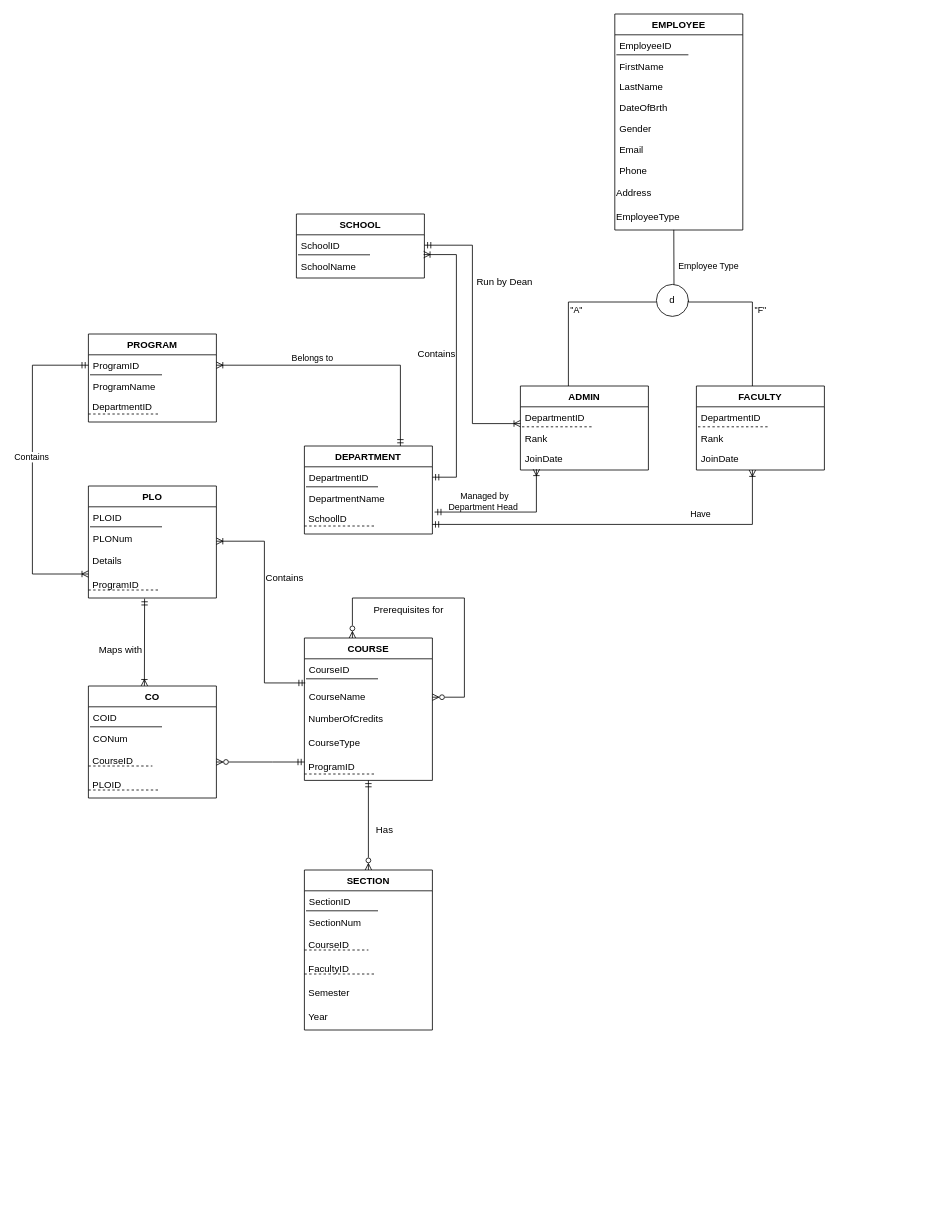
Before: Documentation/Untitled Diagram.drawio in injamam00155/CSE303-sec-04-Group-03, a draw.io diagram. Source tidied: cells renumbered, new cells numbered last; positions are measured from the earlier drawing's top-left corner, leaving out a move shared by most shapes. Both pictures are drawn from the tidied source at 80%, with x=0, y=0 at pixel (32, 14).
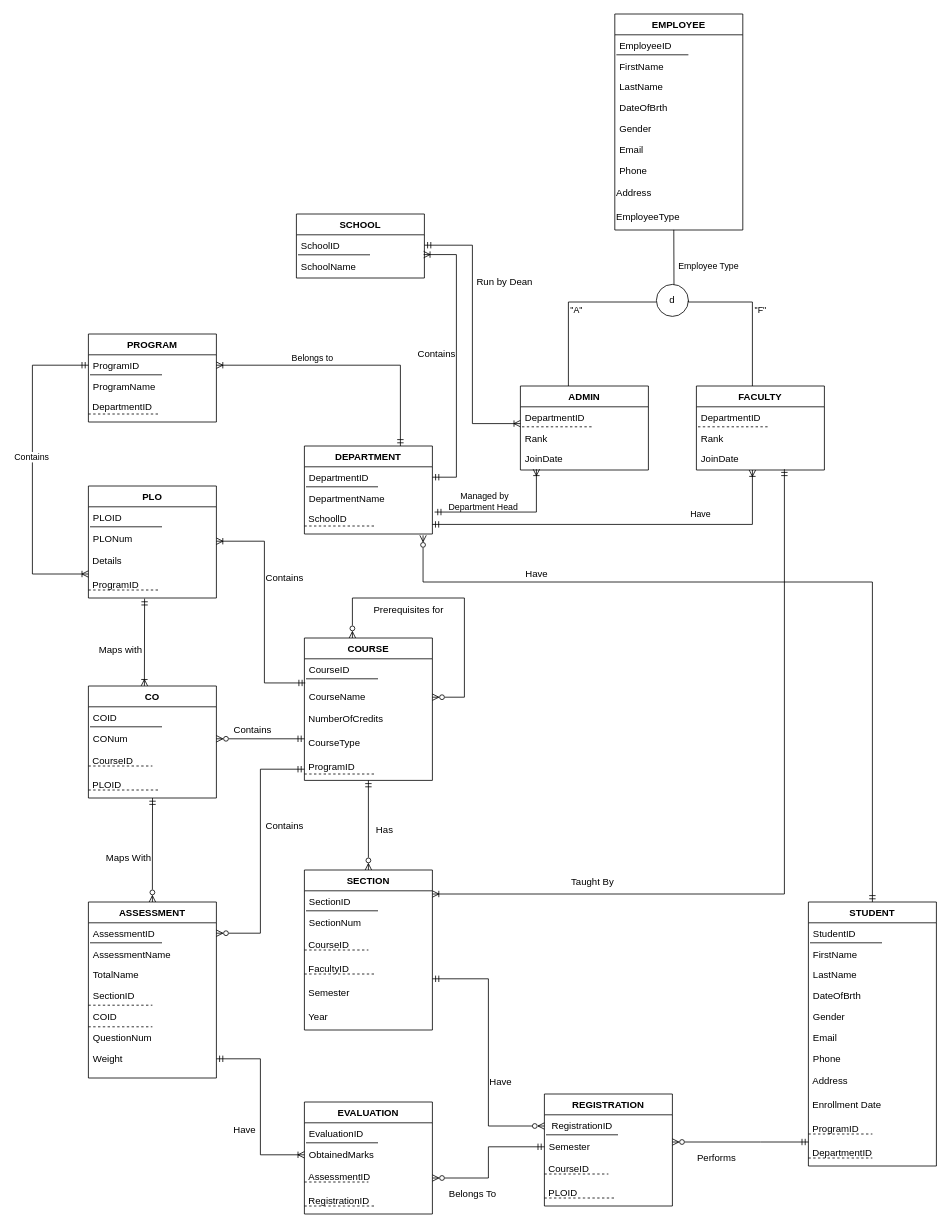
The same page after the edit.

Unchanged cells that the change refers to:
```xml
<mxCell id="25" value="JoinDate " style="text;align=left;verticalAlign=top;spacingLeft=4;spacingRight=4;overflow=hidden;points=[[0,0.5],[1,0.5]];portConstraint=eastwest;rounded=0;shadow=0;html=0;" parent="21" vertex="1">
  <mxGeometry y="78" width="160" height="26" as="geometry" />
</mxCell>
<mxCell id="37" value="&amp;nbsp;SchoollD" style="text;html=1;align=left;verticalAlign=top;points=[];strokeColor=none;fillColor=none;" parent="33" vertex="1">
  <mxGeometry y="78" width="160" height="30" as="geometry" />
</mxCell>
<mxCell id="68" value="CONum" style="text;align=left;verticalAlign=top;spacingLeft=4;spacingRight=4;overflow=hidden;points=[[0,0.5],[1,0.5]];portConstraint=eastwest;rounded=0;shadow=0;html=0;" parent="65" vertex="1">
  <mxGeometry y="52" width="160" height="28" as="geometry" />
</mxCell>
<mxCell id="69" value="&amp;nbsp;CourseID" style="text;html=1;align=left;verticalAlign=top;points=[];strokeColor=none;fillColor=none;" parent="65" vertex="1">
  <mxGeometry y="80" width="160" height="30" as="geometry" />
</mxCell>
<mxCell id="71" value="&amp;nbsp;PLOID" style="text;html=1;align=left;verticalAlign=top;points=[];strokeColor=none;fillColor=none;" parent="65" vertex="1">
  <mxGeometry y="110" width="160" height="30" as="geometry" />
</mxCell>
<mxCell id="80" value="&amp;nbsp;CourseType" style="text;html=1;align=left;verticalAlign=top;points=[];strokeColor=none;fillColor=none;" parent="75" vertex="1">
  <mxGeometry y="118" width="160" height="30" as="geometry" />
</mxCell>
<mxCell id="81" value="&amp;nbsp;ProgramID" style="text;html=1;align=left;verticalAlign=top;points=[];strokeColor=none;fillColor=none;" parent="75" vertex="1">
  <mxGeometry y="148" width="160" height="30" as="geometry" />
</mxCell>
<mxCell id="90" value="SectionID" style="text;align=left;verticalAlign=top;spacingLeft=4;spacingRight=4;overflow=hidden;points=[[0,0.5],[1,0.5]];portConstraint=eastwest;" parent="89" vertex="1">
  <mxGeometry y="26" width="160" height="26" as="geometry" />
</mxCell>
```

The edit, as a diff of the source:
```diff
@@
+    <mxCell id="100" style="edgeStyle=elbowEdgeStyle;rounded=0;jettySize=auto;html=1;startArrow=ERmandOne;startFill=0;endArrow=ERoneToMany;endFill=0;entryX=1;entryY=0.154;entryDx=0;entryDy=0;entryPerimeter=0;" parent="1" edge="1" source="25" target="90">
+      <mxGeometry relative="1" as="geometry">
+        <Array as="points">
+          <mxPoint x="940" y="1080" />
+          <mxPoint x="900" y="730" />
+          <mxPoint x="620" y="1190" />
+          <mxPoint x="940" y="750" />
+        </Array>
+      </mxGeometry>
+    </mxCell>
@@
+    <mxCell id="101" style="edgeStyle=elbowEdgeStyle;rounded=0;jettySize=auto;html=1;startArrow=ERzeroToMany;startFill=0;endArrow=ERmandOne;endFill=0;elbow=vertical;exitX=0.927;exitY=1.121;exitDx=0;exitDy=0;exitPerimeter=0;" parent="1" edge="1" source="37" target="129">
+      <mxGeometry relative="1" as="geometry">
+        <Array as="points">
+          <mxPoint x="880" y="710" />
+        </Array>
+      </mxGeometry>
+    </mxCell>
@@
-    <mxCell id="87" style="edgeStyle=orthogonalEdgeStyle;rounded=0;jettySize=auto;html=1;startArrow=ERzeroToMany;startFill=0;endArrow=ERmandOne;endFill=0;" parent="1" edge="1" source="69" target="81">
+    <mxCell id="87" style="edgeStyle=orthogonalEdgeStyle;rounded=0;jettySize=auto;html=1;startArrow=ERzeroToMany;startFill=0;endArrow=ERmandOne;endFill=0;" parent="1" edge="1" source="68" target="80">
       <mxGeometry relative="1" as="geometry">
         <Array as="points">
-          <mxPoint x="300" y="935" />
-          <mxPoint x="300" y="935" />
+          <mxPoint x="340" y="920" />
+          <mxPoint x="340" y="920" />
         </Array>
       </mxGeometry>
     </mxCell>
@@
+    <mxCell id="102" value="ASSESSMENT" style="swimlane;fontStyle=1;align=center;verticalAlign=top;horizontal=1;startSize=26;rounded=0;shadow=0;strokeWidth=1;" parent="1" vertex="1">
+      <mxGeometry x="70" y="1110" width="160" height="220" as="geometry" />
+    </mxCell>
+    <mxCell id="103" value="AssessmentID" style="text;align=left;verticalAlign=top;spacingLeft=4;spacingRight=4;overflow=hidden;points=[[0,0.5],[1,0.5]];portConstraint=eastwest;" parent="102" vertex="1">
+      <mxGeometry y="26" width="160" height="26" as="geometry" />
+    </mxCell>
+    <mxCell id="104" style="endArrow=none;html=1;rounded=0;" parent="102" edge="1">
+      <mxGeometry relative="1" as="geometry">
+        <mxPoint x="2" y="51" as="sourcePoint" />
+        <mxPoint x="92" y="51" as="targetPoint" />
+      </mxGeometry>
+    </mxCell>
+    <mxCell id="105" value="AssessmentName" style="text;align=left;verticalAlign=top;spacingLeft=4;spacingRight=4;overflow=hidden;rounded=0;shadow=0;html=0;" parent="102" vertex="1">
+      <mxGeometry y="52" width="160" height="26" as="geometry" />
+    </mxCell>
+    <mxCell id="106" value="TotalName" style="text;align=left;verticalAlign=top;spacingLeft=4;spacingRight=4;overflow=hidden;rounded=0;shadow=0;html=0;" parent="102" vertex="1">
+      <mxGeometry y="78" width="160" height="26" as="geometry" />
+    </mxCell>
+    <mxCell id="107" value="SectionID" style="text;align=left;verticalAlign=top;spacingLeft=4;spacingRight=4;overflow=hidden;rounded=0;shadow=0;html=0;" parent="102" vertex="1">
+      <mxGeometry y="104" width="160" height="26" as="geometry" />
+    </mxCell>
+    <mxCell id="108" style="endArrow=none;dashed=1;html=1;rounded=0;fontSize=12;" parent="102" edge="1">
+      <mxGeometry relative="1" as="geometry">
+        <mxPoint y="129" as="sourcePoint" />
+        <mxPoint x="80" y="129" as="targetPoint" />
+      </mxGeometry>
+    </mxCell>
+    <mxCell id="109" value="COID" style="text;align=left;verticalAlign=top;spacingLeft=4;spacingRight=4;overflow=hidden;rounded=0;shadow=0;html=0;" parent="102" vertex="1">
+      <mxGeometry y="130" width="160" height="26" as="geometry" />
+    </mxCell>
+    <mxCell id="110" style="endArrow=none;dashed=1;html=1;rounded=0;fontSize=12;" parent="102" edge="1">
+      <mxGeometry relative="1" as="geometry">
+        <mxPoint y="156" as="sourcePoint" />
+        <mxPoint x="80" y="156" as="targetPoint" />
+      </mxGeometry>
+    </mxCell>
+    <mxCell id="111" value="QuestionNum" style="text;align=left;verticalAlign=top;spacingLeft=4;spacingRight=4;overflow=hidden;" parent="102" vertex="1">
+      <mxGeometry y="156" width="160" height="26" as="geometry" />
+    </mxCell>
+    <mxCell id="112" value="Weight" style="text;align=left;verticalAlign=top;spacingLeft=4;spacingRight=4;overflow=hidden;points=[[0,0.5],[1,0.5]];portConstraint=eastwest;" parent="102" vertex="1">
+      <mxGeometry y="182" width="160" height="28" as="geometry" />
+    </mxCell>
+    <mxCell id="113" style="edgeStyle=orthogonalEdgeStyle;rounded=0;jettySize=auto;html=1;startArrow=ERzeroToMany;startFill=0;endArrow=ERmandOne;endFill=0;entryX=0.501;entryY=1;entryDx=0;entryDy=0;entryPerimeter=0;exitX=0.5;exitY=0;exitDx=0;exitDy=0;" parent="1" edge="1" source="102" target="71">
+      <mxGeometry relative="1" as="geometry" />
+    </mxCell>
+    <mxCell id="114" value="Maps With" style="text;html=1;align=center;verticalAlign=middle;strokeColor=none;fillColor=none;" parent="1" vertex="1">
+      <mxGeometry x="80" y="1040" width="80" height="30" as="geometry" />
+    </mxCell>
+    <mxCell id="115" style="edgeStyle=elbowEdgeStyle;rounded=0;jettySize=auto;html=1;startArrow=ERzeroToMany;startFill=0;endArrow=ERmandOne;endFill=0;" parent="1" edge="1" source="103">
+      <mxGeometry relative="1" as="geometry">
+        <mxPoint x="340" y="944" as="targetPoint" />
+      </mxGeometry>
+    </mxCell>
+    <mxCell id="116" value="Contains" style="text;html=1;align=center;verticalAlign=middle;strokeColor=none;fillColor=none;" parent="1" vertex="1">
+      <mxGeometry x="240" y="880" width="70" height="30" as="geometry" />
+    </mxCell>
+    <mxCell id="117" value="Contains" style="text;html=1;align=center;verticalAlign=middle;strokeColor=none;fillColor=none;" parent="1" vertex="1">
+      <mxGeometry x="280" y="1000" width="70" height="30" as="geometry" />
+    </mxCell>
+    <mxCell id="118" value="EVALUATION" style="swimlane;fontStyle=1;align=center;verticalAlign=top;horizontal=1;startSize=26;rounded=0;shadow=0;strokeWidth=1;" parent="1" vertex="1">
+      <mxGeometry x="340" y="1360" width="160" height="140" as="geometry" />
+    </mxCell>
+    <mxCell id="119" value="EvaluationID" style="text;align=left;verticalAlign=top;spacingLeft=4;spacingRight=4;overflow=hidden;" parent="118" vertex="1">
+      <mxGeometry y="26" width="160" height="26" as="geometry" />
+    </mxCell>
+    <mxCell id="120" style="endArrow=none;html=1;rounded=0;" parent="118" edge="1">
+      <mxGeometry relative="1" as="geometry">
+        <mxPoint x="2" y="51" as="sourcePoint" />
+        <mxPoint x="92" y="51" as="targetPoint" />
+      </mxGeometry>
+    </mxCell>
+    <mxCell id="121" value="ObtainedMarks" style="text;align=left;verticalAlign=top;spacingLeft=4;spacingRight=4;overflow=hidden;points=[[0,0.5],[1,0.5]];portConstraint=eastwest;rounded=0;shadow=0;html=0;" parent="118" vertex="1">
+      <mxGeometry y="52" width="160" height="28" as="geometry" />
+    </mxCell>
+    <mxCell id="122" value="&amp;nbsp;AssessmentID" style="text;html=1;align=left;verticalAlign=top;points=[];strokeColor=none;fillColor=none;" parent="118" vertex="1">
+      <mxGeometry y="80" width="160" height="30" as="geometry" />
+    </mxCell>
+    <mxCell id="123" style="endArrow=none;dashed=1;html=1;rounded=0;fontSize=12;" parent="118" edge="1">
+      <mxGeometry relative="1" as="geometry">
+        <mxPoint y="100" as="sourcePoint" />
+        <mxPoint x="80" y="100" as="targetPoint" />
+      </mxGeometry>
+    </mxCell>
+    <mxCell id="124" value="&amp;nbsp;RegistrationID" style="text;html=1;align=left;verticalAlign=top;strokeColor=none;fillColor=none;" parent="118" vertex="1">
+      <mxGeometry y="110" width="160" height="30" as="geometry" />
+    </mxCell>
+    <mxCell id="125" style="endArrow=none;dashed=1;html=1;rounded=0;" parent="118" edge="1">
+      <mxGeometry relative="1" as="geometry">
+        <mxPoint y="130" as="sourcePoint" />
+        <mxPoint x="90" y="130" as="targetPoint" />
+        <Array as="points">
+          <mxPoint x="50" y="130" />
+        </Array>
+      </mxGeometry>
+    </mxCell>
+    <mxCell id="126" style="edgeStyle=elbowEdgeStyle;rounded=0;jettySize=auto;html=1;startArrow=ERmandOne;startFill=0;endArrow=ERoneToMany;endFill=0;entryX=0;entryY=0.5;entryDx=0;entryDy=0;" parent="1" edge="1" source="112" target="121">
+      <mxGeometry relative="1" as="geometry" />
+    </mxCell>
+    <mxCell id="127" value="Have" style="text;html=1;align=center;verticalAlign=middle;strokeColor=none;fillColor=none;" parent="1" vertex="1">
+      <mxGeometry x="240" y="1380" width="50" height="30" as="geometry" />
+    </mxCell>
+    <mxCell id="128" value="Taught By" style="text;html=1;align=center;verticalAlign=middle;strokeColor=none;fillColor=none;" parent="1" vertex="1">
+      <mxGeometry x="660" y="1070" width="80" height="30" as="geometry" />
+    </mxCell>
+    <mxCell id="129" value="STUDENT" style="swimlane;fontStyle=1;align=center;verticalAlign=top;horizontal=1;startSize=26;rounded=0;shadow=0;strokeWidth=1;" parent="1" vertex="1">
+      <mxGeometry x="970" y="1110" width="160" height="330" as="geometry" />
+    </mxCell>
+    <mxCell id="130" value="StudentID" style="text;align=left;verticalAlign=top;spacingLeft=4;spacingRight=4;overflow=hidden;" parent="129" vertex="1">
+      <mxGeometry y="26" width="160" height="26" as="geometry" />
+    </mxCell>
+    <mxCell id="131" style="endArrow=none;html=1;rounded=0;" parent="129" edge="1">
+      <mxGeometry relative="1" as="geometry">
+        <mxPoint x="2" y="51" as="sourcePoint" />
+        <mxPoint x="92" y="51" as="targetPoint" />
+      </mxGeometry>
+    </mxCell>
+    <mxCell id="132" value="FirstName" style="text;align=left;verticalAlign=top;spacingLeft=4;spacingRight=4;overflow=hidden;rounded=0;shadow=0;html=0;" parent="129" vertex="1">
+      <mxGeometry y="52" width="160" height="26" as="geometry" />
+    </mxCell>
+    <mxCell id="133" value="LastName" style="text;align=left;verticalAlign=top;spacingLeft=4;spacingRight=4;overflow=hidden;rounded=0;shadow=0;html=0;" parent="129" vertex="1">
+      <mxGeometry y="78" width="160" height="26" as="geometry" />
+    </mxCell>
+    <mxCell id="134" value="DateOfBrth" style="text;align=left;verticalAlign=top;spacingLeft=4;spacingRight=4;overflow=hidden;rounded=0;shadow=0;html=0;" parent="129" vertex="1">
+      <mxGeometry y="104" width="160" height="26" as="geometry" />
+    </mxCell>
+    <mxCell id="135" value="Gender&#10;" style="text;align=left;verticalAlign=top;spacingLeft=4;spacingRight=4;overflow=hidden;rounded=0;shadow=0;html=0;" parent="129" vertex="1">
+      <mxGeometry y="130" width="160" height="26" as="geometry" />
+    </mxCell>
+    <mxCell id="136" value="Email" style="text;align=left;verticalAlign=top;spacingLeft=4;spacingRight=4;overflow=hidden;" parent="129" vertex="1">
+      <mxGeometry y="156" width="160" height="26" as="geometry" />
+    </mxCell>
+    <mxCell id="137" value="Phone" style="text;align=left;verticalAlign=top;spacingLeft=4;spacingRight=4;overflow=hidden;" parent="129" vertex="1">
+      <mxGeometry y="182" width="160" height="28" as="geometry" />
+    </mxCell>
+    <mxCell id="138" value="&amp;nbsp;Address" style="text;html=1;align=left;verticalAlign=top;strokeColor=none;fillColor=none;" parent="129" vertex="1">
+      <mxGeometry y="210" width="160" height="30" as="geometry" />
+    </mxCell>
+    <mxCell id="139" value="&amp;nbsp;Enrollment Date" style="text;html=1;align=left;verticalAlign=top;strokeColor=none;fillColor=none;" parent="129" vertex="1">
+      <mxGeometry y="240" width="160" height="30" as="geometry" />
+    </mxCell>
+    <mxCell id="140" value="&amp;nbsp;ProgramID" style="text;html=1;align=left;verticalAlign=top;strokeColor=none;fillColor=none;" parent="129" vertex="1">
+      <mxGeometry y="270" width="160" height="30" as="geometry" />
+    </mxCell>
+    <mxCell id="141" style="endArrow=none;dashed=1;html=1;rounded=0;fontSize=12;" parent="129" edge="1">
+      <mxGeometry relative="1" as="geometry">
+        <mxPoint y="290" as="sourcePoint" />
+        <mxPoint x="80" y="290" as="targetPoint" />
+      </mxGeometry>
+    </mxCell>
+    <mxCell id="142" value="&amp;nbsp;DepartmentID" style="text;html=1;align=left;verticalAlign=top;points=[];strokeColor=none;fillColor=none;" parent="129" vertex="1">
+      <mxGeometry y="300" width="160" height="30" as="geometry" />
+    </mxCell>
+    <mxCell id="143" style="endArrow=none;dashed=1;html=1;rounded=0;fontSize=12;" parent="129" edge="1">
+      <mxGeometry relative="1" as="geometry">
+        <mxPoint y="320" as="sourcePoint" />
+        <mxPoint x="80" y="320" as="targetPoint" />
+      </mxGeometry>
+    </mxCell>
+    <mxCell id="144" value="REGISTRATION" style="swimlane;fontStyle=1;align=center;verticalAlign=top;horizontal=1;startSize=26;rounded=0;shadow=0;strokeWidth=1;" parent="1" vertex="1">
+      <mxGeometry x="640" y="1350" width="160" height="140" as="geometry" />
+    </mxCell>
+    <mxCell id="145" value=" RegistrationID" style="text;align=left;verticalAlign=top;spacingLeft=4;spacingRight=4;overflow=hidden;points=[[0,0.5],[1,0.5]];portConstraint=eastwest;" parent="144" vertex="1">
+      <mxGeometry y="26" width="160" height="26" as="geometry" />
+    </mxCell>
+    <mxCell id="146" style="endArrow=none;html=1;rounded=0;" parent="144" edge="1">
+      <mxGeometry relative="1" as="geometry">
+        <mxPoint x="2" y="51" as="sourcePoint" />
+        <mxPoint x="92" y="51" as="targetPoint" />
+      </mxGeometry>
+    </mxCell>
+    <mxCell id="147" value="Semester" style="text;align=left;verticalAlign=top;spacingLeft=4;spacingRight=4;overflow=hidden;points=[[0,0.5],[1,0.5]];portConstraint=eastwest;rounded=0;shadow=0;html=0;" parent="144" vertex="1">
+      <mxGeometry y="52" width="160" height="28" as="geometry" />
+    </mxCell>
+    <mxCell id="148" value="&amp;nbsp;CourseID" style="text;html=1;align=left;verticalAlign=top;strokeColor=none;fillColor=none;" parent="144" vertex="1">
+      <mxGeometry y="80" width="160" height="30" as="geometry" />
+    </mxCell>
+    <mxCell id="149" style="endArrow=none;dashed=1;html=1;rounded=0;fontSize=12;" parent="144" edge="1">
+      <mxGeometry relative="1" as="geometry">
+        <mxPoint y="100" as="sourcePoint" />
+        <mxPoint x="80" y="100" as="targetPoint" />
+      </mxGeometry>
+    </mxCell>
+    <mxCell id="150" value="&amp;nbsp;PLOID" style="text;html=1;align=left;verticalAlign=top;strokeColor=none;fillColor=none;" parent="144" vertex="1">
+      <mxGeometry y="110" width="160" height="30" as="geometry" />
+    </mxCell>
+    <mxCell id="151" style="endArrow=none;dashed=1;html=1;rounded=0;" parent="144" edge="1">
+      <mxGeometry relative="1" as="geometry">
+        <mxPoint y="130" as="sourcePoint" />
+        <mxPoint x="90" y="130" as="targetPoint" />
+        <Array as="points">
+          <mxPoint x="50" y="130" />
+        </Array>
+      </mxGeometry>
+    </mxCell>
+    <mxCell id="152" style="edgeStyle=elbowEdgeStyle;rounded=0;jettySize=auto;html=1;startArrow=ERzeroToMany;startFill=0;endArrow=ERmandOne;endFill=0;" parent="1" edge="1" source="147" target="142">
+      <mxGeometry relative="1" as="geometry">
+        <Array as="points">
+          <mxPoint x="910" y="1410" />
+        </Array>
+      </mxGeometry>
+    </mxCell>
+    <mxCell id="153" value="Performs" style="text;html=1;align=center;verticalAlign=middle;strokeColor=none;fillColor=none;" parent="1" vertex="1">
+      <mxGeometry x="820" y="1415" width="70" height="30" as="geometry" />
+    </mxCell>
+    <mxCell id="154" style="edgeStyle=elbowEdgeStyle;rounded=0;jettySize=auto;html=1;startArrow=ERzeroToMany;startFill=0;endArrow=ERmandOne;endFill=0;" parent="1" edge="1" source="122" target="147">
+      <mxGeometry relative="1" as="geometry" />
+    </mxCell>
+    <mxCell id="155" value="Belongs To" style="text;html=1;align=center;verticalAlign=middle;strokeColor=none;fillColor=none;" parent="1" vertex="1">
+      <mxGeometry x="510" y="1460" width="80" height="30" as="geometry" />
+    </mxCell>
+    <mxCell id="156" style="edgeStyle=elbowEdgeStyle;rounded=0;jettySize=auto;html=1;startArrow=ERzeroToMany;startFill=0;endArrow=ERmandOne;endFill=0;" parent="1" edge="1" source="145">
+      <mxGeometry relative="1" as="geometry">
+        <mxPoint x="500" y="1206" as="targetPoint" />
+        <Array as="points">
+          <mxPoint x="570" y="1390" />
+        </Array>
+      </mxGeometry>
+    </mxCell>
+    <mxCell id="157" value="Have" style="text;html=1;align=center;verticalAlign=middle;strokeColor=none;fillColor=none;" parent="1" vertex="1">
+      <mxGeometry x="560" y="1320" width="50" height="30" as="geometry" />
+    </mxCell>
+    <mxCell id="158" value="Have" style="text;html=1;align=center;verticalAlign=middle;strokeColor=none;fillColor=none;" parent="1" vertex="1">
+      <mxGeometry x="605" y="685" width="50" height="30" as="geometry" />
+    </mxCell>
```
